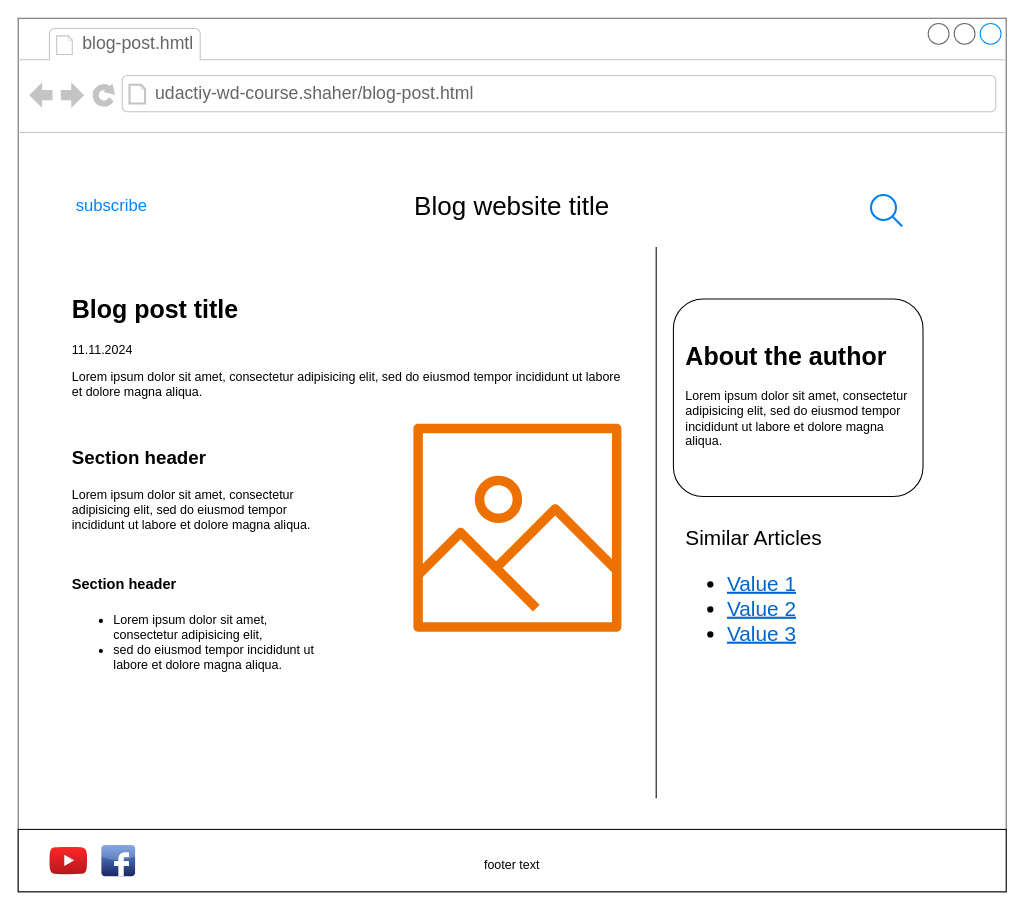
Above: mockups/blog-post.drawio in Shaher909/udacity-wd-course-1 (draw.io), before the change. Source tidied: cells renumbered, new cells numbered last; positions are measured from the earlier drawing's top-left corner, leaving out a move shared by most shapes. Both pictures are drawn from the tidied source at 104%, with x=0, y=0 at pixel (18, 18).
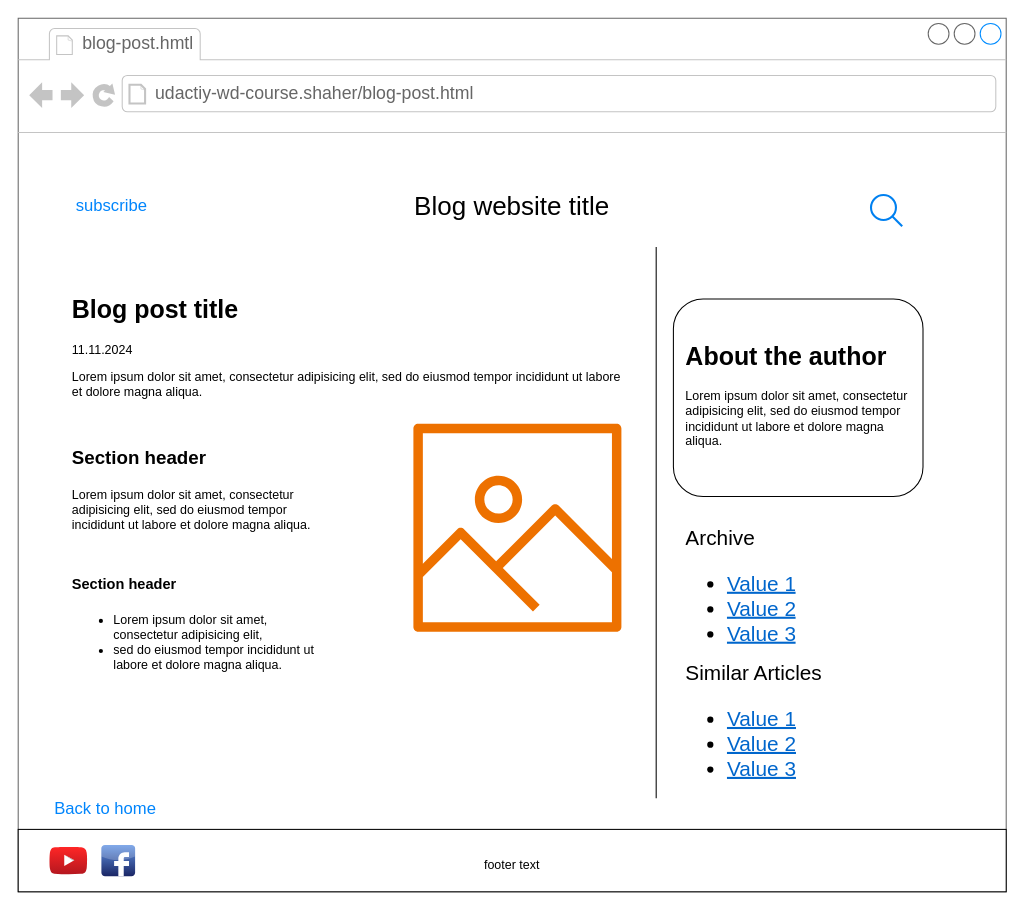
The same diagram, later.

The change refers to these unchanged cells:
```xml
<mxCell id="2" style="strokeWidth=1;shadow=0;dashed=0;align=center;html=1;shape=mxgraph.mockup.containers.browserWindow;rSize=0;strokeColor=#666666;strokeColor2=#008cff;strokeColor3=#c4c4c4;mainText=,;" parent="1" vertex="1">
  <mxGeometry width="950" height="840" as="geometry" />
</mxCell>
```

Change to the diagram source:
```diff
@@
-    <mxCell id="14" value="&lt;div style=&quot;font-size: 20px;&quot;&gt;&lt;font style=&quot;font-size: 20px;&quot;&gt;Similar Articles&lt;/font&gt;&lt;/div&gt;&lt;ul style=&quot;font-size: 20px;&quot;&gt;&lt;li style=&quot;&quot;&gt;&lt;font style=&quot;font-size: 20px;&quot; color=&quot;#0066cc&quot;&gt;&lt;u&gt;Value 1&lt;/u&gt;&lt;/font&gt;&lt;/li&gt;&lt;li style=&quot;&quot;&gt;&lt;font style=&quot;font-size: 20px;&quot; color=&quot;#0066cc&quot;&gt;&lt;u&gt;Value 2&lt;/u&gt;&lt;/font&gt;&lt;/li&gt;&lt;li style=&quot;&quot;&gt;&lt;font style=&quot;font-size: 20px;&quot; color=&quot;#0066cc&quot;&gt;&lt;u style=&quot;&quot;&gt;Value 3&lt;/u&gt;&lt;/font&gt;&lt;/li&gt;&lt;/ul&gt;" style="text;strokeColor=none;fillColor=none;html=1;whiteSpace=wrap;verticalAlign=middle;overflow=hidden;" parent="2" vertex="1">
+    <mxCell id="14" value="&lt;div style=&quot;font-size: 20px;&quot;&gt;Archive&lt;/div&gt;&lt;ul style=&quot;font-size: 20px;&quot;&gt;&lt;li style=&quot;&quot;&gt;&lt;font style=&quot;font-size: 20px;&quot; color=&quot;#0066cc&quot;&gt;&lt;u&gt;Value 1&lt;/u&gt;&lt;/font&gt;&lt;/li&gt;&lt;li style=&quot;&quot;&gt;&lt;font style=&quot;font-size: 20px;&quot; color=&quot;#0066cc&quot;&gt;&lt;u&gt;Value 2&lt;/u&gt;&lt;/font&gt;&lt;/li&gt;&lt;li style=&quot;&quot;&gt;&lt;font style=&quot;font-size: 20px;&quot; color=&quot;#0066cc&quot;&gt;&lt;u style=&quot;&quot;&gt;Value 3&lt;/u&gt;&lt;/font&gt;&lt;/li&gt;&lt;/ul&gt;" style="text;strokeColor=none;fillColor=none;html=1;whiteSpace=wrap;verticalAlign=middle;overflow=hidden;" parent="2" vertex="1">
       <mxGeometry x="640" y="480" width="175" height="150" as="geometry" />
     </mxCell>
@@
+    <mxCell id="20" value="&lt;div style=&quot;font-size: 20px;&quot;&gt;&lt;font style=&quot;font-size: 20px;&quot;&gt;Similar Articles&lt;/font&gt;&lt;/div&gt;&lt;ul style=&quot;font-size: 20px;&quot;&gt;&lt;li style=&quot;&quot;&gt;&lt;font style=&quot;font-size: 20px;&quot; color=&quot;#0066cc&quot;&gt;&lt;u&gt;Value 1&lt;/u&gt;&lt;/font&gt;&lt;/li&gt;&lt;li style=&quot;&quot;&gt;&lt;font style=&quot;font-size: 20px;&quot; color=&quot;#0066cc&quot;&gt;&lt;u&gt;Value 2&lt;/u&gt;&lt;/font&gt;&lt;/li&gt;&lt;li style=&quot;&quot;&gt;&lt;font style=&quot;font-size: 20px;&quot; color=&quot;#0066cc&quot;&gt;&lt;u style=&quot;&quot;&gt;Value 3&lt;/u&gt;&lt;/font&gt;&lt;/li&gt;&lt;/ul&gt;" style="text;strokeColor=none;fillColor=none;html=1;whiteSpace=wrap;verticalAlign=middle;overflow=hidden;" parent="2" vertex="1">
+      <mxGeometry x="640" y="610" width="175" height="150" as="geometry" />
+    </mxCell>
+    <mxCell id="21" value="Back to home" style="html=1;shadow=0;dashed=0;shape=mxgraph.bootstrap.rrect;rSize=5;strokeColor=none;strokeWidth=1;fillColor=none;fontColor=#0085FC;whiteSpace=wrap;align=center;verticalAlign=middle;spacingLeft=0;fontStyle=0;fontSize=16;spacing=5;" parent="2" vertex="1">
+      <mxGeometry x="18" y="740" width="132" height="40" as="geometry" />
+    </mxCell>
```
